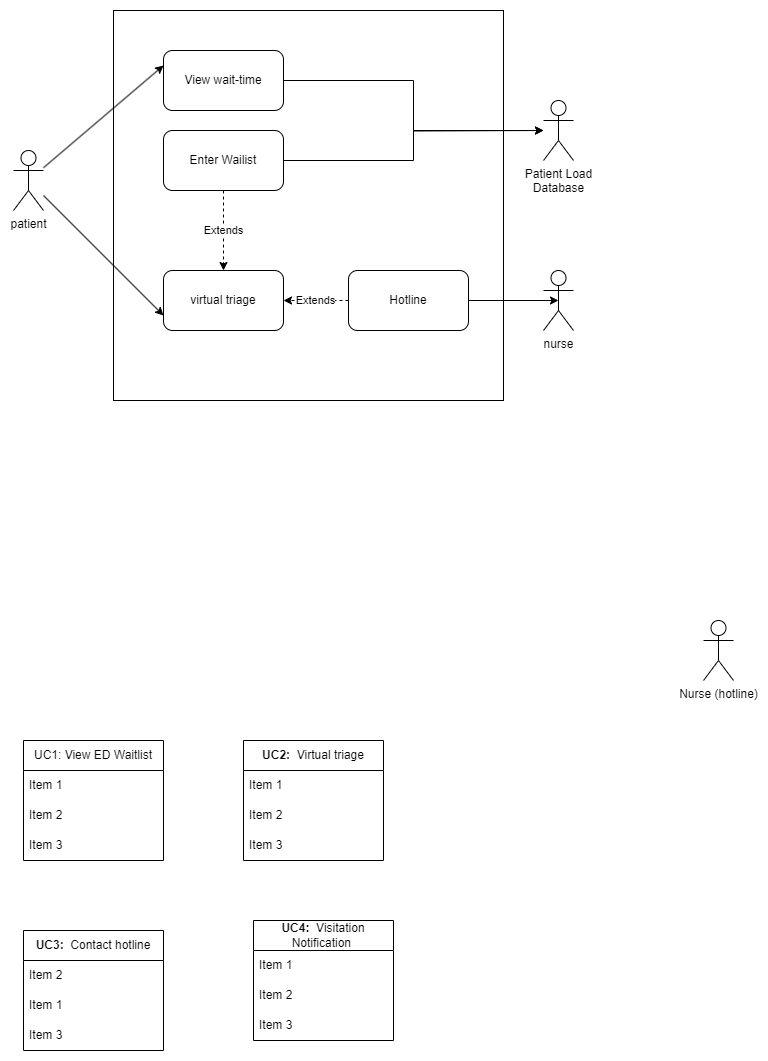
Earlier version of the draw.io export images/m1.png (uvic-teach/project-m1-team1). Source tidied: cells renumbered, new cells last; positions are measured from the earlier drawing's top-left corner, leaving out a move shared by most shapes. Source of this version:
```xml
<mxGraphModel>
  <root>
    <mxCell id="0" />
    <mxCell id="1" parent="0" />
    <mxCell id="2" style="whiteSpace=wrap;html=1;fillColor=none;strokeColor=default;rotation=0;" parent="1" vertex="1">
      <mxGeometry x="150" y="40" width="390" height="390" relative="1" as="geometry">
        <mxPoint x="140" as="offset" />
      </mxGeometry>
    </mxCell>
    <mxCell id="3" value="UC1: View ED Waitlist" style="swimlane;fontStyle=0;horizontal=1;startSize=30;whiteSpace=wrap;html=1;" parent="1" vertex="1">
      <mxGeometry x="10" y="690" width="140" height="120" as="geometry" />
    </mxCell>
    <mxCell id="4" value="Item 1" style="text;strokeColor=none;fillColor=none;align=left;verticalAlign=middle;spacingLeft=4;spacingRight=4;overflow=hidden;whiteSpace=wrap;html=1;" parent="3" vertex="1">
      <mxGeometry y="30" width="140" height="30" as="geometry" />
    </mxCell>
    <mxCell id="5" value="Item 2" style="text;strokeColor=none;fillColor=none;align=left;verticalAlign=middle;spacingLeft=4;spacingRight=4;overflow=hidden;whiteSpace=wrap;html=1;" parent="3" vertex="1">
      <mxGeometry y="60" width="140" height="30" as="geometry" />
    </mxCell>
    <mxCell id="6" value="Item 3" style="text;strokeColor=none;fillColor=none;align=left;verticalAlign=middle;spacingLeft=4;spacingRight=4;overflow=hidden;whiteSpace=wrap;html=1;" parent="3" vertex="1">
      <mxGeometry y="90" width="140" height="30" as="geometry" />
    </mxCell>
    <mxCell id="7" value="&lt;b style=&quot;border-color: var(--border-color);&quot;&gt;UC3:&lt;/b&gt;&amp;nbsp; Contact hotline" style="swimlane;fontStyle=0;horizontal=1;startSize=30;whiteSpace=wrap;html=1;" parent="1" vertex="1">
      <mxGeometry x="10" y="880" width="140" height="120" as="geometry" />
    </mxCell>
    <mxCell id="8" value="Item 2" style="text;strokeColor=none;fillColor=none;align=left;verticalAlign=middle;spacingLeft=4;spacingRight=4;overflow=hidden;whiteSpace=wrap;html=1;" parent="7" vertex="1">
      <mxGeometry y="30" width="140" height="30" as="geometry" />
    </mxCell>
    <mxCell id="9" value="Item 1" style="text;strokeColor=none;fillColor=none;align=left;verticalAlign=middle;spacingLeft=4;spacingRight=4;overflow=hidden;whiteSpace=wrap;html=1;" parent="7" vertex="1">
      <mxGeometry y="60" width="140" height="30" as="geometry" />
    </mxCell>
    <mxCell id="10" value="Item 3" style="text;strokeColor=none;fillColor=none;align=left;verticalAlign=middle;spacingLeft=4;spacingRight=4;overflow=hidden;whiteSpace=wrap;html=1;" parent="7" vertex="1">
      <mxGeometry y="90" width="140" height="30" as="geometry" />
    </mxCell>
    <mxCell id="11" value="&lt;b style=&quot;border-color: var(--border-color);&quot;&gt;UC2:&lt;/b&gt;&amp;nbsp; Virtual triage" style="swimlane;fontStyle=0;horizontal=1;startSize=30;whiteSpace=wrap;html=1;" parent="1" vertex="1">
      <mxGeometry x="230" y="690" width="140" height="120" as="geometry" />
    </mxCell>
    <mxCell id="12" value="Item 1" style="text;strokeColor=none;fillColor=none;align=left;verticalAlign=middle;spacingLeft=4;spacingRight=4;overflow=hidden;whiteSpace=wrap;html=1;" parent="11" vertex="1">
      <mxGeometry y="30" width="140" height="30" as="geometry" />
    </mxCell>
    <mxCell id="13" value="Item 2" style="text;strokeColor=none;fillColor=none;align=left;verticalAlign=middle;spacingLeft=4;spacingRight=4;overflow=hidden;whiteSpace=wrap;html=1;" parent="11" vertex="1">
      <mxGeometry y="60" width="140" height="30" as="geometry" />
    </mxCell>
    <mxCell id="14" value="Item 3" style="text;strokeColor=none;fillColor=none;align=left;verticalAlign=middle;spacingLeft=4;spacingRight=4;overflow=hidden;whiteSpace=wrap;html=1;" parent="11" vertex="1">
      <mxGeometry y="90" width="140" height="30" as="geometry" />
    </mxCell>
    <mxCell id="15" value="&lt;b style=&quot;border-color: var(--border-color);&quot;&gt;UC4:&lt;/b&gt;&amp;nbsp; Visitation Notification&amp;nbsp;" style="swimlane;fontStyle=0;horizontal=1;startSize=30;whiteSpace=wrap;html=1;" parent="1" vertex="1">
      <mxGeometry x="240" y="870" width="140" height="120" as="geometry" />
    </mxCell>
    <mxCell id="16" value="Item 1" style="text;strokeColor=none;fillColor=none;align=left;verticalAlign=middle;spacingLeft=4;spacingRight=4;overflow=hidden;whiteSpace=wrap;html=1;" parent="15" vertex="1">
      <mxGeometry y="30" width="140" height="30" as="geometry" />
    </mxCell>
    <mxCell id="17" value="Item 2" style="text;strokeColor=none;fillColor=none;align=left;verticalAlign=middle;spacingLeft=4;spacingRight=4;overflow=hidden;whiteSpace=wrap;html=1;" parent="15" vertex="1">
      <mxGeometry y="60" width="140" height="30" as="geometry" />
    </mxCell>
    <mxCell id="18" value="Item 3" style="text;strokeColor=none;fillColor=none;align=left;verticalAlign=middle;spacingLeft=4;spacingRight=4;overflow=hidden;whiteSpace=wrap;html=1;" parent="15" vertex="1">
      <mxGeometry y="90" width="140" height="30" as="geometry" />
    </mxCell>
    <mxCell id="19" style="rounded=0;jettySize=auto;html=1;entryX=0;entryY=0.75;entryDx=0;entryDy=0;" parent="1" edge="1" source="21" target="25">
      <mxGeometry relative="1" as="geometry" />
    </mxCell>
    <mxCell id="20" style="rounded=0;jettySize=auto;html=1;entryX=0;entryY=0.25;entryDx=0;entryDy=0;" parent="1" edge="1" source="21" target="24">
      <mxGeometry relative="1" as="geometry" />
    </mxCell>
    <mxCell id="21" value="patient&lt;br&gt;" style="shape=umlActor;verticalLabelPosition=bottom;verticalAlign=top;html=1;outlineConnect=0;" parent="1" vertex="1">
      <mxGeometry y="100" width="30" height="60" as="geometry" />
    </mxCell>
    <mxCell id="22" value="Nurse (hotline)" style="shape=umlActor;verticalLabelPosition=bottom;verticalAlign=top;html=1;" parent="1" vertex="1">
      <mxGeometry x="690" y="570" width="30" height="60" as="geometry" />
    </mxCell>
    <mxCell id="23" style="edgeStyle=orthogonalEdgeStyle;rounded=0;jettySize=auto;html=1;exitX=1;exitY=0.5;exitDx=0;exitDy=0;" parent="1" edge="1" source="24" target="33">
      <mxGeometry relative="1" as="geometry" />
    </mxCell>
    <mxCell id="24" value="View wait-time" style="rounded=1;whiteSpace=wrap;html=1;" parent="1" vertex="1">
      <mxGeometry x="150" width="120" height="60" as="geometry" />
    </mxCell>
    <mxCell id="25" value="virtual triage" style="rounded=1;whiteSpace=wrap;html=1;" parent="1" vertex="1">
      <mxGeometry x="150" y="220" width="120" height="60" as="geometry" />
    </mxCell>
    <mxCell id="26" value="nurse&lt;br&gt;" style="shape=umlActor;verticalLabelPosition=bottom;verticalAlign=top;html=1;outlineConnect=0;" parent="1" vertex="1">
      <mxGeometry x="530" y="220" width="30" height="60" as="geometry" />
    </mxCell>
    <mxCell id="27" style="edgeStyle=orthogonalEdgeStyle;rounded=0;jettySize=auto;html=1;entryX=0.5;entryY=0.5;entryDx=0;entryDy=0;entryPerimeter=0;" parent="1" edge="1" source="29" target="26">
      <mxGeometry relative="1" as="geometry" />
    </mxCell>
    <mxCell id="28" value="&lt;div&gt;Extends&lt;/div&gt;" style="edgeStyle=orthogonalEdgeStyle;rounded=0;jettySize=auto;html=1;entryX=1;entryY=0.5;entryDx=0;entryDy=0;dashed=1;exitX=0;exitY=0.5;exitDx=0;exitDy=0;" parent="1" edge="1" source="29" target="25">
      <mxGeometry relative="1" as="geometry" />
    </mxCell>
    <mxCell id="29" value="Hotline" style="rounded=1;whiteSpace=wrap;html=1;" parent="1" vertex="1">
      <mxGeometry x="335" y="220" width="120" height="60" as="geometry" />
    </mxCell>
    <mxCell id="30" value="&lt;div&gt;Extends&lt;/div&gt;" style="edgeStyle=orthogonalEdgeStyle;rounded=0;jettySize=auto;html=1;exitX=0.5;exitY=1;exitDx=0;exitDy=0;dashed=1;" parent="1" edge="1" source="32" target="25">
      <mxGeometry relative="1" as="geometry" />
    </mxCell>
    <mxCell id="31" style="edgeStyle=orthogonalEdgeStyle;rounded=0;jettySize=auto;html=1;exitX=1;exitY=0.5;exitDx=0;exitDy=0;" parent="1" edge="1" source="32">
      <mxGeometry relative="1" as="geometry">
        <mxPoint x="530" y="80" as="targetPoint" />
      </mxGeometry>
    </mxCell>
    <mxCell id="32" value="Enter Wailist" style="rounded=1;whiteSpace=wrap;html=1;" parent="1" vertex="1">
      <mxGeometry x="150" y="80" width="120" height="60" as="geometry" />
    </mxCell>
    <mxCell id="33" value="&lt;div&gt;Patient Load&lt;/div&gt;&lt;div&gt;Database&lt;/div&gt;" style="shape=umlActor;verticalLabelPosition=bottom;verticalAlign=top;html=1;outlineConnect=0;" parent="1" vertex="1">
      <mxGeometry x="530" y="50" width="30" height="60" as="geometry" />
    </mxCell>
  </root>
</mxGraphModel>
```
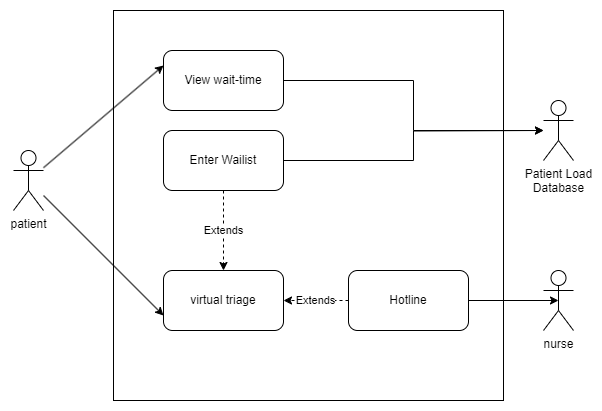
The same diagram one commit later.

Diff of the diagram source:
```diff
@@ -7,54 +7,6 @@
         <mxPoint x="140" as="offset" />
       </mxGeometry>
     </mxCell>
-    <mxCell id="3" value="UC1: View ED Waitlist" style="swimlane;fontStyle=0;horizontal=1;startSize=30;whiteSpace=wrap;html=1;" parent="1" vertex="1">
-      <mxGeometry x="10" y="690" width="140" height="120" as="geometry" />
-    </mxCell>
-    <mxCell id="4" value="Item 1" style="text;strokeColor=none;fillColor=none;align=left;verticalAlign=middle;spacingLeft=4;spacingRight=4;overflow=hidden;whiteSpace=wrap;html=1;" parent="3" vertex="1">
-      <mxGeometry y="30" width="140" height="30" as="geometry" />
-    </mxCell>
-    <mxCell id="5" value="Item 2" style="text;strokeColor=none;fillColor=none;align=left;verticalAlign=middle;spacingLeft=4;spacingRight=4;overflow=hidden;whiteSpace=wrap;html=1;" parent="3" vertex="1">
-      <mxGeometry y="60" width="140" height="30" as="geometry" />
-    </mxCell>
-    <mxCell id="6" value="Item 3" style="text;strokeColor=none;fillColor=none;align=left;verticalAlign=middle;spacingLeft=4;spacingRight=4;overflow=hidden;whiteSpace=wrap;html=1;" parent="3" vertex="1">
-      <mxGeometry y="90" width="140" height="30" as="geometry" />
-    </mxCell>
-    <mxCell id="7" value="&lt;b style=&quot;border-color: var(--border-color);&quot;&gt;UC3:&lt;/b&gt;&amp;nbsp; Contact hotline" style="swimlane;fontStyle=0;horizontal=1;startSize=30;whiteSpace=wrap;html=1;" parent="1" vertex="1">
-      <mxGeometry x="10" y="880" width="140" height="120" as="geometry" />
-    </mxCell>
-    <mxCell id="8" value="Item 2" style="text;strokeColor=none;fillColor=none;align=left;verticalAlign=middle;spacingLeft=4;spacingRight=4;overflow=hidden;whiteSpace=wrap;html=1;" parent="7" vertex="1">
-      <mxGeometry y="30" width="140" height="30" as="geometry" />
-    </mxCell>
-    <mxCell id="9" value="Item 1" style="text;strokeColor=none;fillColor=none;align=left;verticalAlign=middle;spacingLeft=4;spacingRight=4;overflow=hidden;whiteSpace=wrap;html=1;" parent="7" vertex="1">
-      <mxGeometry y="60" width="140" height="30" as="geometry" />
-    </mxCell>
-    <mxCell id="10" value="Item 3" style="text;strokeColor=none;fillColor=none;align=left;verticalAlign=middle;spacingLeft=4;spacingRight=4;overflow=hidden;whiteSpace=wrap;html=1;" parent="7" vertex="1">
-      <mxGeometry y="90" width="140" height="30" as="geometry" />
-    </mxCell>
-    <mxCell id="11" value="&lt;b style=&quot;border-color: var(--border-color);&quot;&gt;UC2:&lt;/b&gt;&amp;nbsp; Virtual triage" style="swimlane;fontStyle=0;horizontal=1;startSize=30;whiteSpace=wrap;html=1;" parent="1" vertex="1">
-      <mxGeometry x="230" y="690" width="140" height="120" as="geometry" />
-    </mxCell>
-    <mxCell id="12" value="Item 1" style="text;strokeColor=none;fillColor=none;align=left;verticalAlign=middle;spacingLeft=4;spacingRight=4;overflow=hidden;whiteSpace=wrap;html=1;" parent="11" vertex="1">
-      <mxGeometry y="30" width="140" height="30" as="geometry" />
-    </mxCell>
-    <mxCell id="13" value="Item 2" style="text;strokeColor=none;fillColor=none;align=left;verticalAlign=middle;spacingLeft=4;spacingRight=4;overflow=hidden;whiteSpace=wrap;html=1;" parent="11" vertex="1">
-      <mxGeometry y="60" width="140" height="30" as="geometry" />
-    </mxCell>
-    <mxCell id="14" value="Item 3" style="text;strokeColor=none;fillColor=none;align=left;verticalAlign=middle;spacingLeft=4;spacingRight=4;overflow=hidden;whiteSpace=wrap;html=1;" parent="11" vertex="1">
-      <mxGeometry y="90" width="140" height="30" as="geometry" />
-    </mxCell>
-    <mxCell id="15" value="&lt;b style=&quot;border-color: var(--border-color);&quot;&gt;UC4:&lt;/b&gt;&amp;nbsp; Visitation Notification&amp;nbsp;" style="swimlane;fontStyle=0;horizontal=1;startSize=30;whiteSpace=wrap;html=1;" parent="1" vertex="1">
-      <mxGeometry x="240" y="870" width="140" height="120" as="geometry" />
-    </mxCell>
-    <mxCell id="16" value="Item 1" style="text;strokeColor=none;fillColor=none;align=left;verticalAlign=middle;spacingLeft=4;spacingRight=4;overflow=hidden;whiteSpace=wrap;html=1;" parent="15" vertex="1">
-      <mxGeometry y="30" width="140" height="30" as="geometry" />
-    </mxCell>
-    <mxCell id="17" value="Item 2" style="text;strokeColor=none;fillColor=none;align=left;verticalAlign=middle;spacingLeft=4;spacingRight=4;overflow=hidden;whiteSpace=wrap;html=1;" parent="15" vertex="1">
-      <mxGeometry y="60" width="140" height="30" as="geometry" />
-    </mxCell>
-    <mxCell id="18" value="Item 3" style="text;strokeColor=none;fillColor=none;align=left;verticalAlign=middle;spacingLeft=4;spacingRight=4;overflow=hidden;whiteSpace=wrap;html=1;" parent="15" vertex="1">
-      <mxGeometry y="90" width="140" height="30" as="geometry" />
-    </mxCell>
     <mxCell id="19" style="rounded=0;jettySize=auto;html=1;entryX=0;entryY=0.75;entryDx=0;entryDy=0;" parent="1" edge="1" source="21" target="25">
       <mxGeometry relative="1" as="geometry" />
     </mxCell>
@@ -64,9 +16,6 @@
     <mxCell id="21" value="patient&lt;br&gt;" style="shape=umlActor;verticalLabelPosition=bottom;verticalAlign=top;html=1;outlineConnect=0;" parent="1" vertex="1">
       <mxGeometry y="100" width="30" height="60" as="geometry" />
     </mxCell>
-    <mxCell id="22" value="Nurse (hotline)" style="shape=umlActor;verticalLabelPosition=bottom;verticalAlign=top;html=1;" parent="1" vertex="1">
-      <mxGeometry x="690" y="570" width="30" height="60" as="geometry" />
-    </mxCell>
     <mxCell id="23" style="edgeStyle=orthogonalEdgeStyle;rounded=0;jettySize=auto;html=1;exitX=1;exitY=0.5;exitDx=0;exitDy=0;" parent="1" edge="1" source="24" target="33">
       <mxGeometry relative="1" as="geometry" />
     </mxCell>
```
